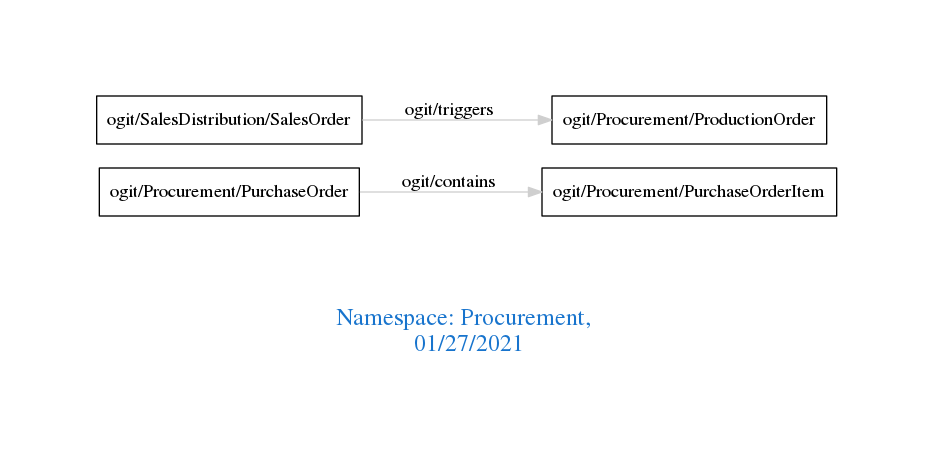
Above: downloads/Procurement.png in arago/OGIT (Graphviz), before the change. Its source is kept beside it as downloads/Procurement.dot.
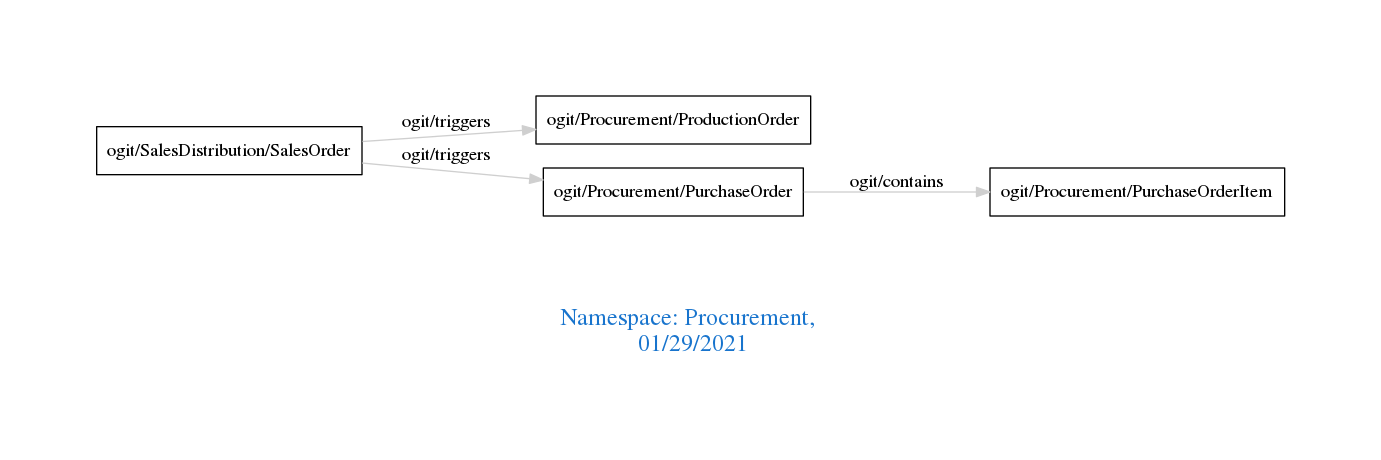
After the commit.

Diff of the diagram source:
```diff
@@ -1,10 +1,11 @@
 digraph OGIT_ontology {
  graph [ rankdir= LR,pad=1
 fontsize = 18,
-fontcolor= dodgerblue3,label = "\n\n\nNamespace: Procurement, \n 01/27/2021"];
+fontcolor= dodgerblue3,label = "\n\n\nNamespace: Procurement, \n 01/29/2021"];
 node[shape=polygon];
 edge [  color="gray81"];
 
    "ogit/Procurement/PurchaseOrder" -> "ogit/Procurement/PurchaseOrderItem" [label="   ogit/contains    "];
    "ogit/SalesDistribution/SalesOrder" -> "ogit/Procurement/ProductionOrder" [label="   ogit/triggers    "];
+   "ogit/SalesDistribution/SalesOrder" -> "ogit/Procurement/PurchaseOrder" [label="   ogit/triggers    "];
 }
```
